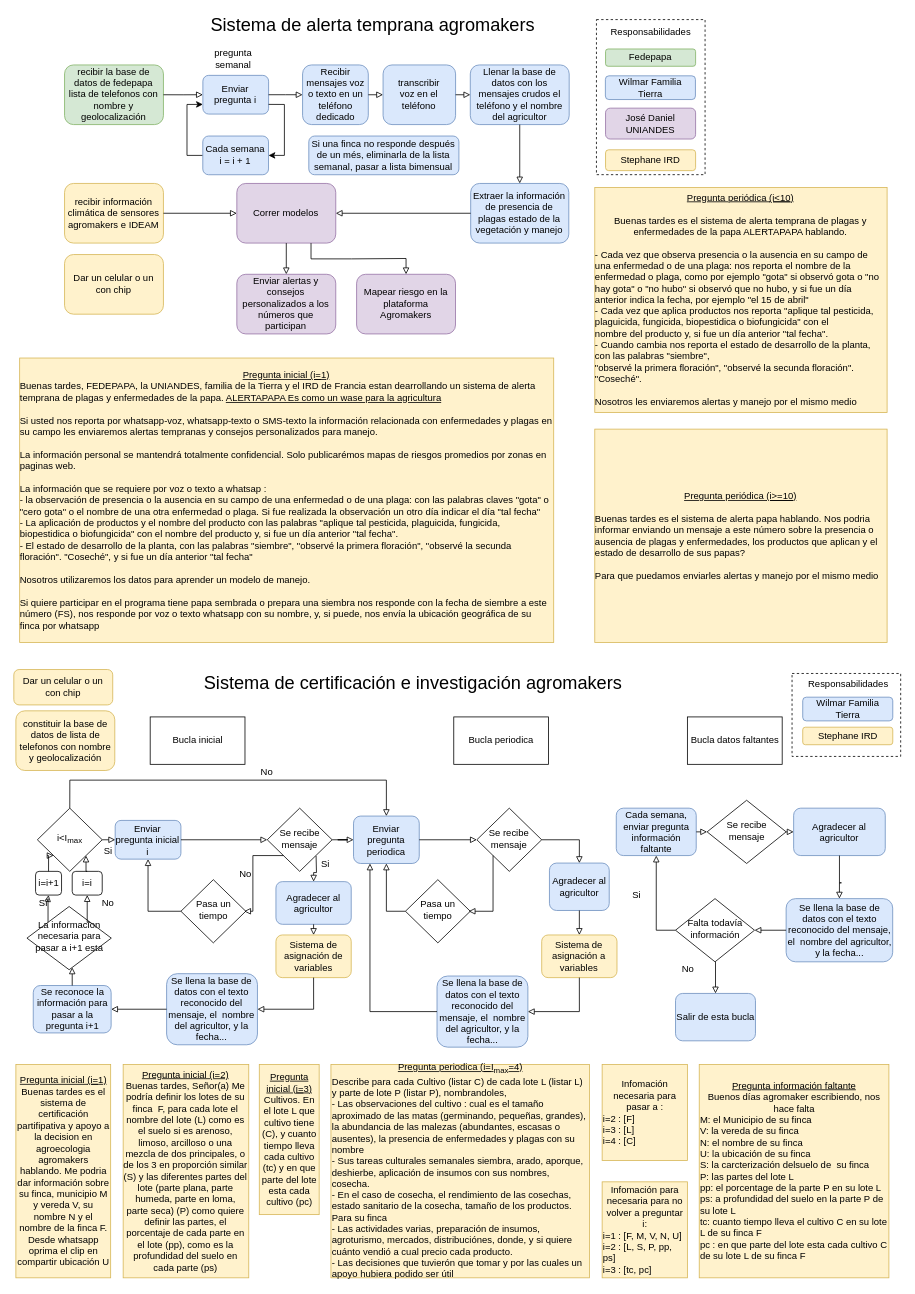
stdupas/agromakersPorVoz keeps this draw.io diagram as AgromakersDataSemanal.drawio. Above is the earlier version. Source tidied: cells renumbered, new cells numbered last; positions are measured from the earlier drawing's top-left corner, leaving out a move shared by most shapes. Both pictures are drawn from the tidied source at 79%, with x=0, y=0 at pixel (13, 17).
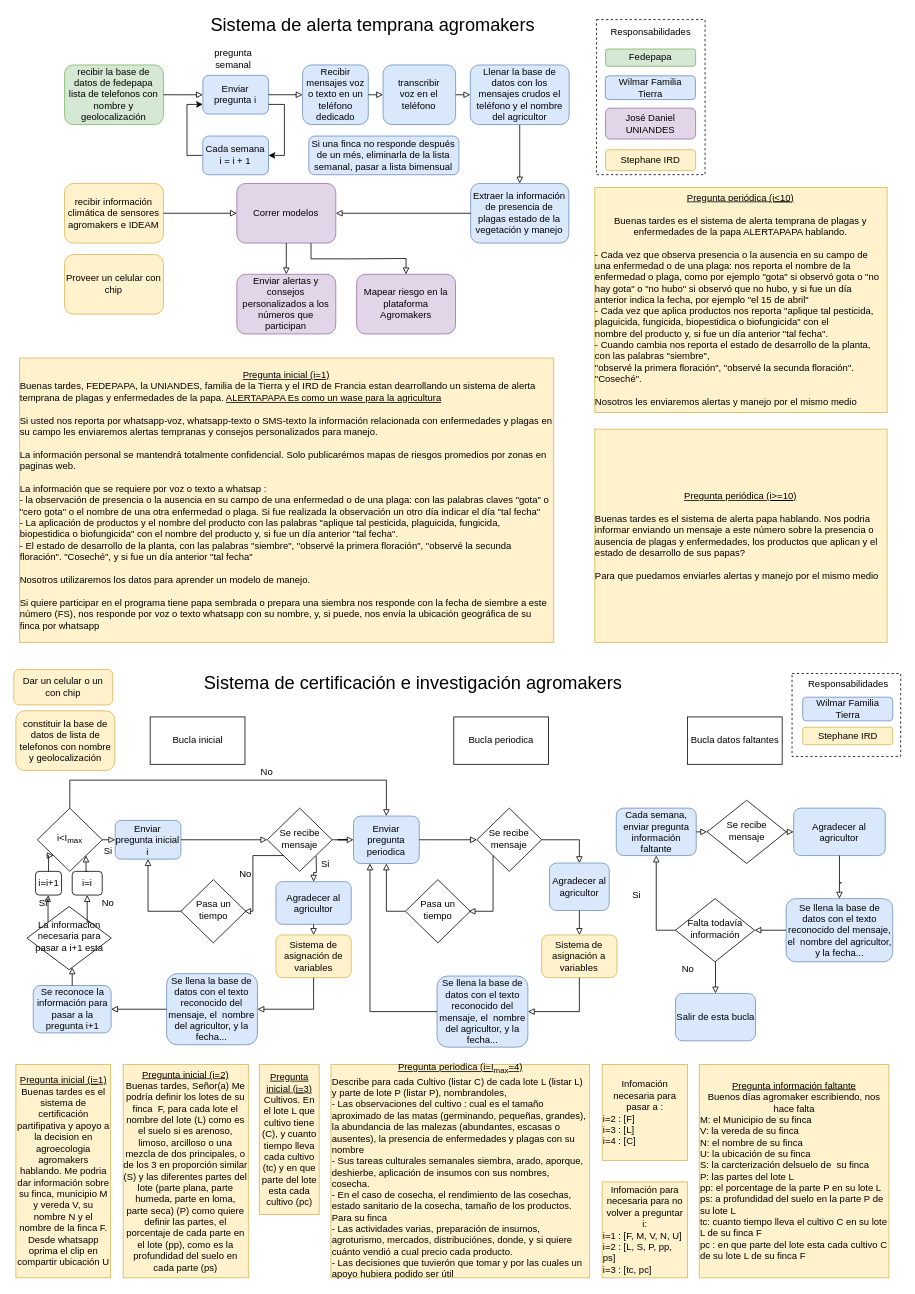
The same diagram, later.

Diff of the diagram source:
```diff
@@
-    <mxCell id="24" value="Dar un celular o un con chip" style="rounded=1;whiteSpace=wrap;html=1;fillColor=#fff2cc;strokeColor=#d6b656;" parent="1" vertex="1">
+    <mxCell id="24" value="Proveer un celular con chip" style="rounded=1;whiteSpace=wrap;html=1;fillColor=#fff2cc;strokeColor=#d6b656;" parent="1" vertex="1">
       <mxGeometry x="64.2" y="300.7" width="125.2" height="75.5" as="geometry" />
     </mxCell>
```
